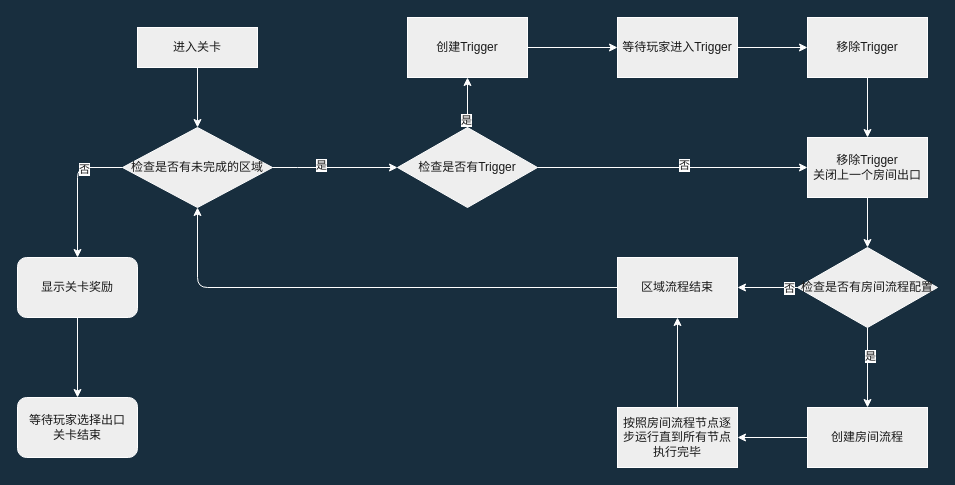
This is page "关卡整体流程" (1 of 2) of 关卡流程.drawio from RogueLiteStudio/Design, a draw.io file, before an edit. Source tidied: cells renumbered, new cells numbered last; positions are measured from the earlier drawing's top-left corner, leaving out a move shared by most shapes. Both pictures are drawn from the tidied source at 100%, with x=0, y=0 at pixel (17, 17).
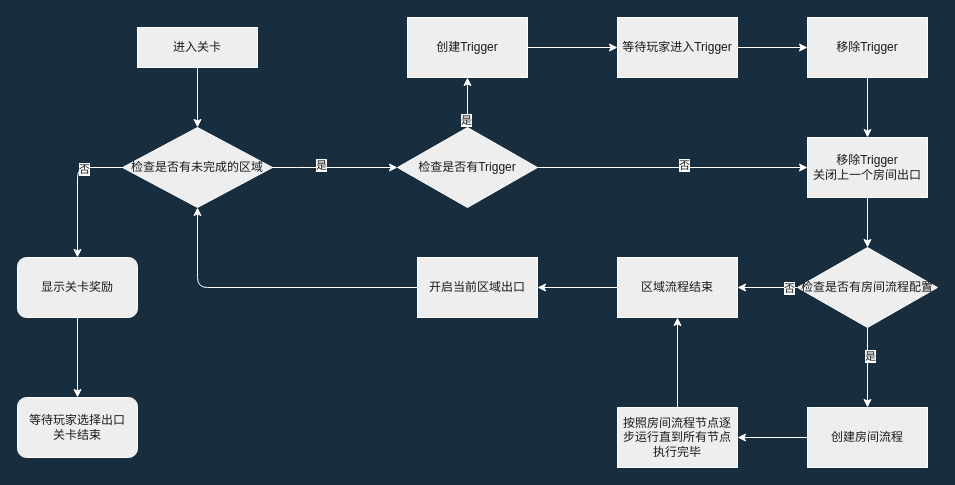
Above is the later version.

Unchanged cells that the change refers to:
```xml
<mxCell id="8" value="检查是否有未完成的区域" style="rhombus;whiteSpace=wrap;html=1;fillColor=#EEEEEE;strokeColor=#FFFFFF;fontColor=#1A1A1A;rounded=0;glass=0;strokeWidth=1;shadow=0;" parent="1" vertex="1">
  <mxGeometry x="105" y="110" width="150" height="80" as="geometry" />
</mxCell>
<mxCell id="30" value="区域流程结束" style="whiteSpace=wrap;html=1;fillColor=#EEEEEE;strokeColor=#FFFFFF;fontColor=#1A1A1A;rounded=0;" parent="1" vertex="1">
  <mxGeometry x="600" y="240" width="120" height="60" as="geometry" />
</mxCell>
```

Diff of the diagram source:
```diff
@@
-    <mxCell id="29" style="edgeStyle=orthogonalEdgeStyle;curved=0;rounded=1;jettySize=auto;html=1;entryX=0.5;entryY=1;entryDx=0;entryDy=0;fontColor=#FFFFFF;strokeColor=#FFFFFF;" parent="1" edge="1" source="30" target="8">
-      <mxGeometry relative="1" as="geometry" />
-    </mxCell>
+    <mxCell id="36" style="edgeStyle=orthogonalEdgeStyle;curved=0;rounded=1;jettySize=auto;html=1;fontColor=#FFFFFF;strokeColor=#FFFFFF;" parent="1" edge="1" source="30" target="38">
+      <mxGeometry relative="1" as="geometry" />
+    </mxCell>
@@
+    <mxCell id="37" style="edgeStyle=orthogonalEdgeStyle;curved=0;rounded=1;jettySize=auto;html=1;entryX=0.5;entryY=1;entryDx=0;entryDy=0;fontColor=#FFFFFF;strokeColor=#FFFFFF;" parent="1" edge="1" source="38" target="8">
+      <mxGeometry relative="1" as="geometry" />
+    </mxCell>
+    <mxCell id="38" value="开启当前区域出口" style="rounded=0;whiteSpace=wrap;html=1;fontColor=#1A1A1A;strokeColor=#FFFFFF;fillColor=#EEEEEE;" parent="1" vertex="1">
+      <mxGeometry x="400" y="240" width="120" height="60" as="geometry" />
+    </mxCell>
```
